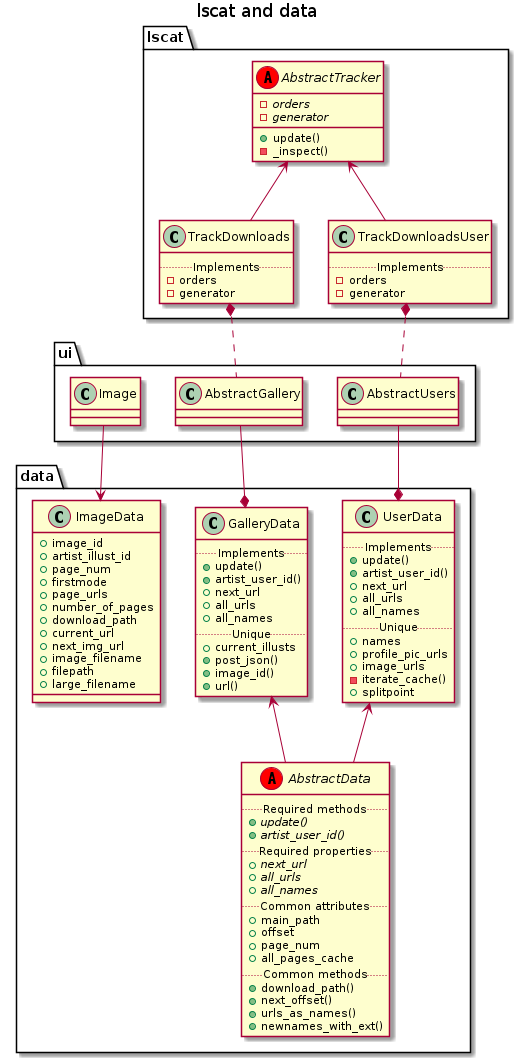
Earlier version of the PlantUML export puml/classes/render/lscat_and_data.png (akazukin5151/koneko).
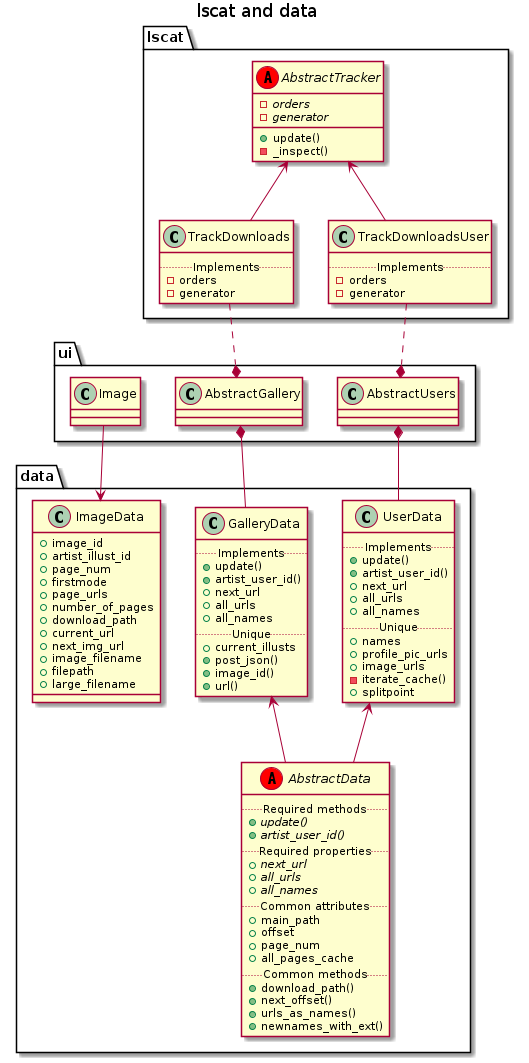
Above is the later version.

Commit message:
Fix wrong composition direction in lscat and data puml

What changed in the source:
```diff
@@ -22,8 +22,8 @@
 lscat.AbstractTracker <-- lscat.TrackDownloadsUser
 lscat.AbstractTracker <-- lscat.TrackDownloads
 
-ui.AbstractUsers .down.* lscat.TrackDownloadsUser
-ui.AbstractGallery .down.* lscat.TrackDownloads
+ui.AbstractUsers *.up. lscat.TrackDownloadsUser
+ui.AbstractGallery *.up. lscat.TrackDownloads
 
 
 abstract class data.AbstractData <<(A, red)>>{
@@ -89,9 +89,9 @@
     + large_filename
 }
 
-data.GalleryData *-up- ui.AbstractGallery
+data.GalleryData -down-* ui.AbstractGallery
 data.ImageData <-up- ui.Image
-data.UserData *-up- ui.AbstractUsers
+data.UserData -down-* ui.AbstractUsers
 
 data.GalleryData <-- data.AbstractData
 data.UserData <-- data.AbstractData
```
